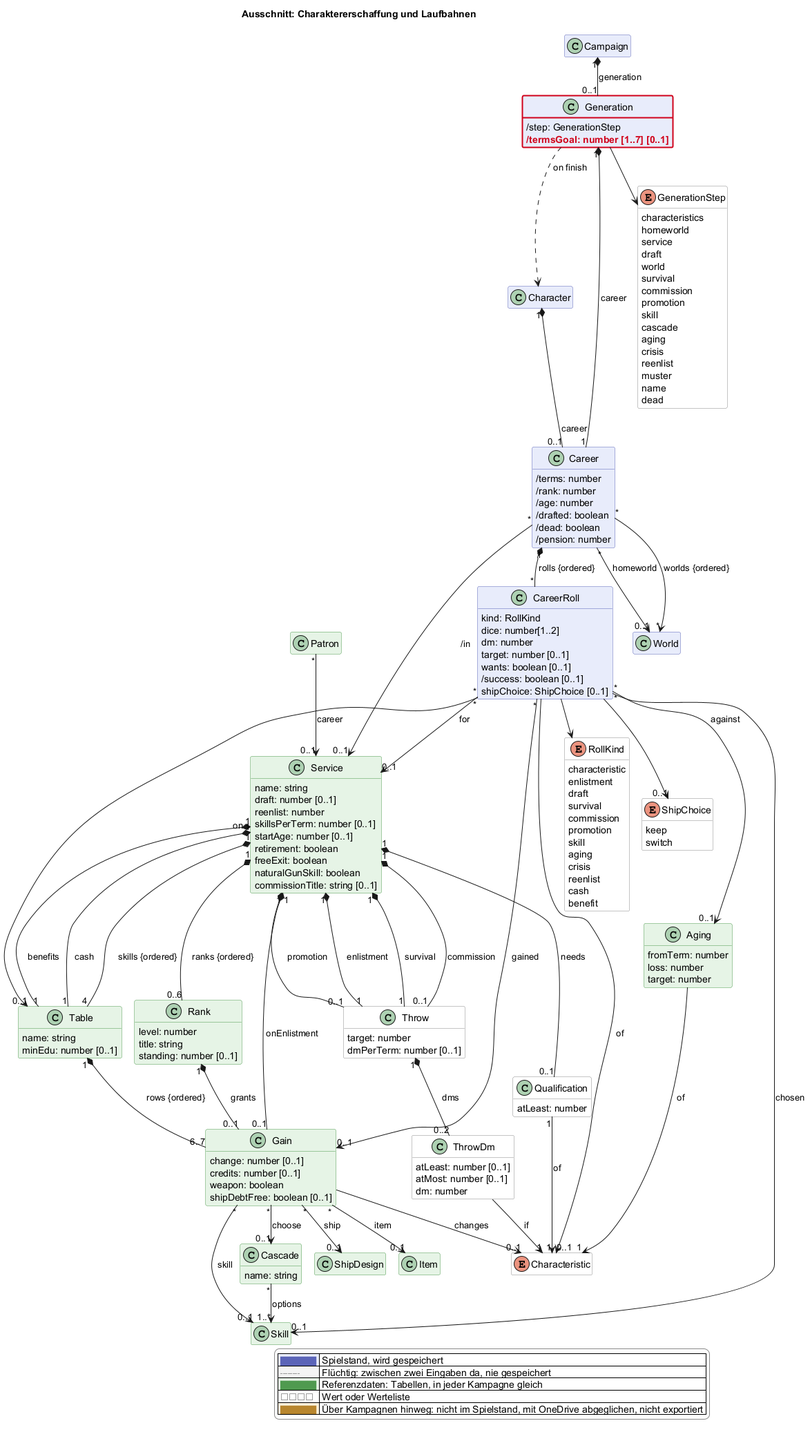
Before: docs/views/erschaffung.png, a diagram exported from PlantUML (scuzzar/SRE).
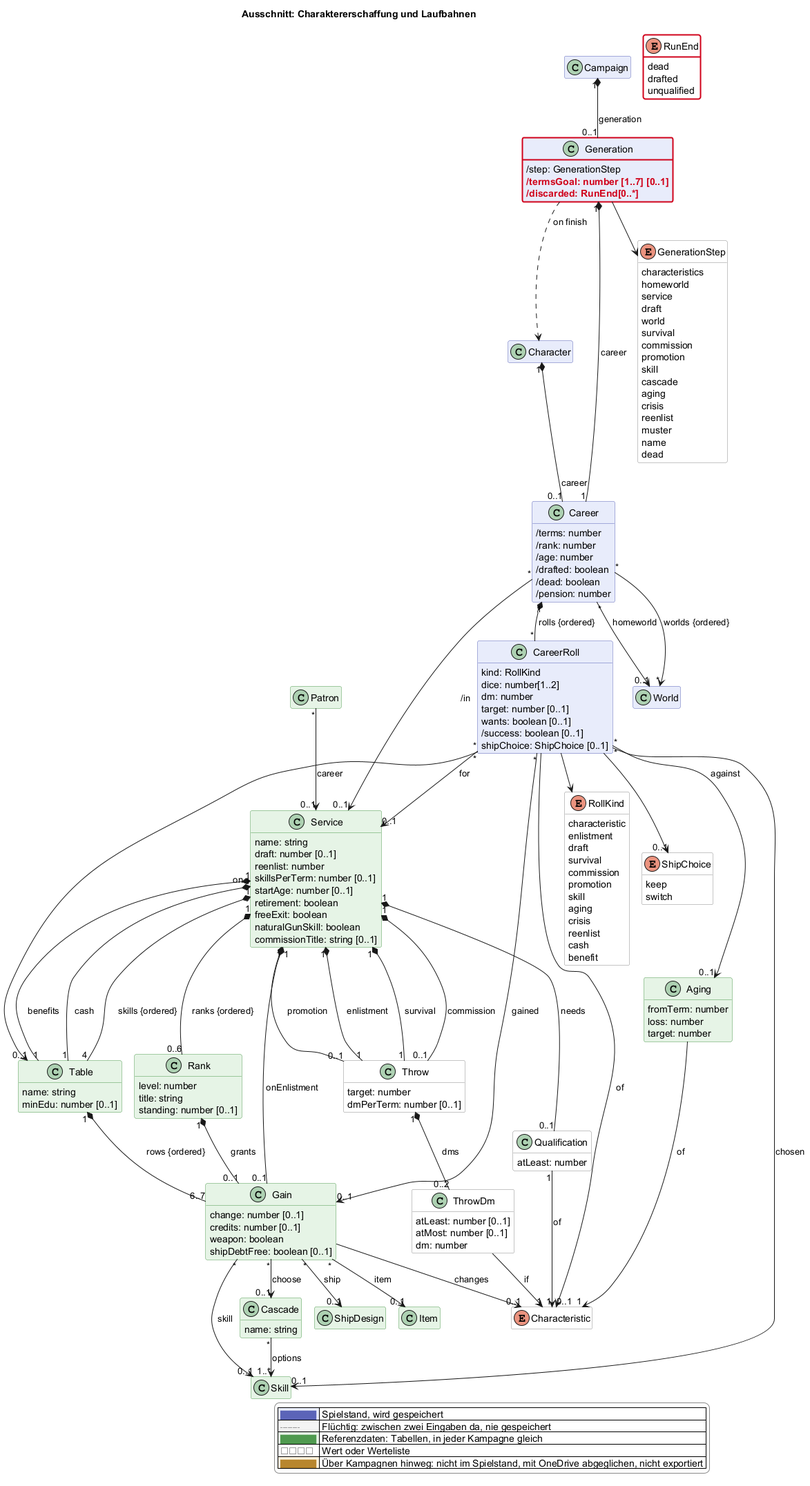
Later version of the same file.

Diff of the diagram source:
```diff
@@ -78,6 +78,7 @@
   class Generation $erschaffung {
     /step: GenerationStep
     $new("2026-11-24f", "/termsGoal: number [1..7] [0..1]")
+    $new("2026-11-24g", "/discarded: RunEnd[0..*]")
   }
   class Career $erschaffung {
     /terms: number
@@ -170,6 +171,11 @@
     keep
     switch
   }
+  enum RunEnd <<value>> $erschaffung $newClass("2026-11-24g") {
+    dead
+    drafted
+    unqualified
+  }
   enum GenerationStep <<value>> $erschaffung {
     characteristics
     homeworld
```
